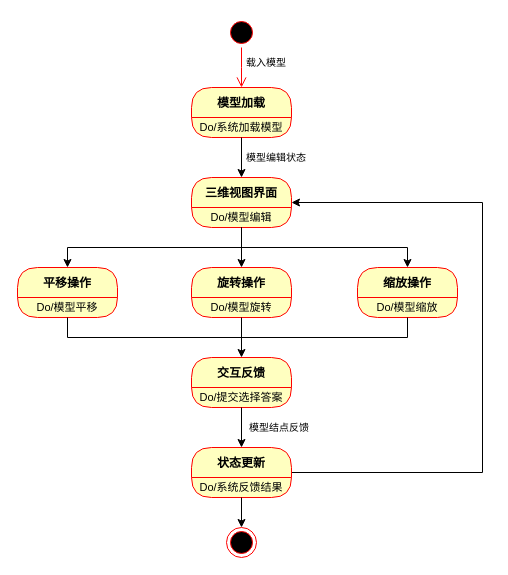
The draw.io diagram page "模型操作状态图" (13 of 13) of 毕业设计/毕业设计.drawio in bosombaby/draw-store, before the edit. Source tidied: cells renumbered, new cells numbered last; positions are measured from the earlier drawing's top-left corner, leaving out a move shared by most shapes. Both pictures are drawn from the tidied source at 100%, with x=0, y=0 at pixel (17, 17).
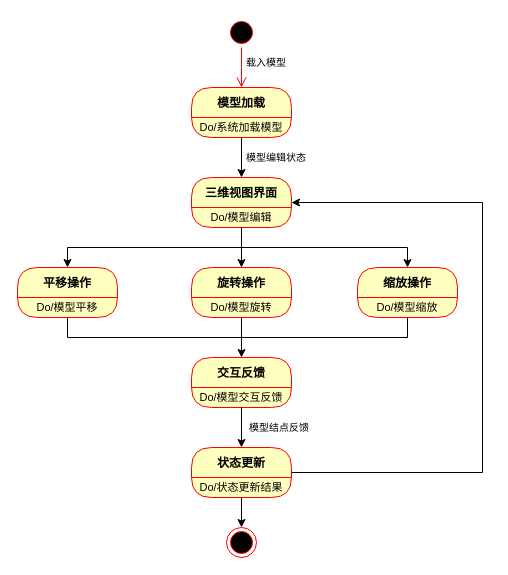
The same page after the edit.

Commit message (it also covers changes not shown here):
更新毕业设计.drawio

The change refers to these unchanged cells:
```xml
<mxCell id="11" value="交互反馈" style="swimlane;fontStyle=1;align=center;verticalAlign=middle;horizontal=1;startSize=30;fontColor=#000000;rounded=1;arcSize=30;strokeColor=#ff0000;fillColor=#ffffc0;swimlaneFillColor=#ffffc0;" parent="1" vertex="1">
  <mxGeometry x="174" y="340" width="100" height="50" as="geometry" />
</mxCell>
<mxCell id="14" value="状态更新" style="swimlane;fontStyle=1;align=center;verticalAlign=middle;horizontal=1;startSize=30;fontColor=#000000;rounded=1;arcSize=30;strokeColor=#ff0000;fillColor=#ffffc0;swimlaneFillColor=#ffffc0;" parent="1" vertex="1">
  <mxGeometry x="174" y="430" width="100" height="50" as="geometry" />
</mxCell>
```

Diff of the diagram source:
```diff
@@
-    <mxCell id="12" value="&lt;font style=&quot;font-size: 11px;&quot;&gt;Do/提交选择答案&lt;/font&gt;" style="text;html=1;strokeColor=none;fillColor=none;align=center;verticalAlign=middle;spacingLeft=4;spacingRight=4;whiteSpace=wrap;overflow=hidden;fontColor=#000000;" parent="11" vertex="1">
+    <mxCell id="12" value="&lt;font style=&quot;font-size: 11px;&quot;&gt;Do/模型交互反馈&lt;/font&gt;" style="text;html=1;strokeColor=none;fillColor=none;align=center;verticalAlign=middle;spacingLeft=4;spacingRight=4;whiteSpace=wrap;overflow=hidden;fontColor=#000000;" parent="11" vertex="1">
       <mxGeometry y="30" width="100" height="20" as="geometry" />
     </mxCell>
@@
-    <mxCell id="15" value="&lt;font style=&quot;font-size: 11px;&quot;&gt;Do/系统反馈结果&lt;/font&gt;" style="text;html=1;strokeColor=none;fillColor=none;align=center;verticalAlign=middle;spacingLeft=4;spacingRight=4;whiteSpace=wrap;overflow=hidden;fontColor=#000000;" parent="14" vertex="1">
+    <mxCell id="15" value="&lt;font style=&quot;font-size: 11px;&quot;&gt;Do/状态更新结果&lt;/font&gt;" style="text;html=1;strokeColor=none;fillColor=none;align=center;verticalAlign=middle;spacingLeft=4;spacingRight=4;whiteSpace=wrap;overflow=hidden;fontColor=#000000;" parent="14" vertex="1">
       <mxGeometry y="30" width="100" height="20" as="geometry" />
     </mxCell>
```
